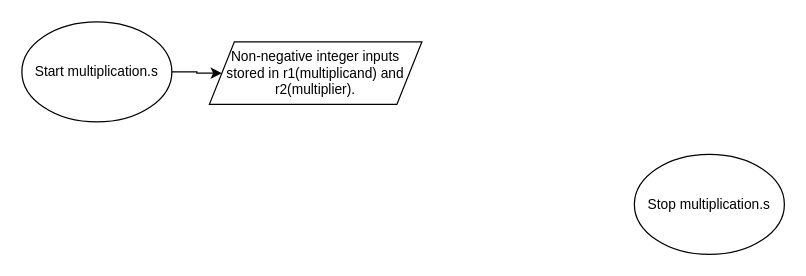
Above: ECE 255/ECE255multiplication.sFlowChart.drawio in amirabdullahi1/gold (draw.io), before the change. Source tidied: cells renumbered, new cells numbered last; positions are measured from the earlier drawing's top-left corner, leaving out a move shared by most shapes. Both pictures are drawn from the tidied source at 125%, with x=0, y=0 at pixel (21, 21).
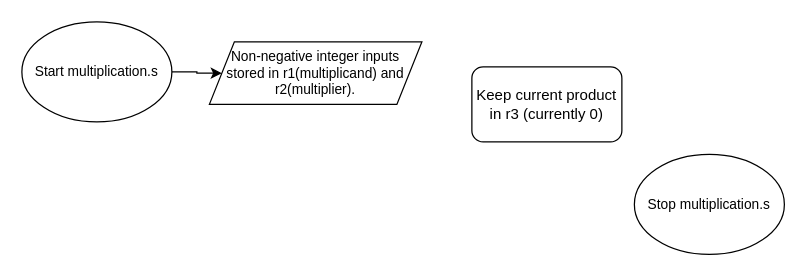
The same page after the edit.

The edit, as a diff of the source:
```diff
@@
 <mxGraphModel>
   <root>
     <mxCell id="0" />
     <mxCell id="1" parent="0" />
     <mxCell id="2" style="edgeStyle=orthogonalEdgeStyle;rounded=0;jettySize=auto;html=1;" parent="1" edge="1" source="3" target="5">
       <mxGeometry relative="1" as="geometry" />
     </mxCell>
     <mxCell id="3" value="Start multiplication.s" style="ellipse;whiteSpace=wrap;html=1;fontSize=11;" parent="1" vertex="1">
       <mxGeometry width="120" height="80" as="geometry" />
     </mxCell>
     <mxCell id="4" value="Stop multiplication.s" style="ellipse;whiteSpace=wrap;html=1;fontSize=11;" parent="1" vertex="1">
       <mxGeometry x="490" y="106" width="120" height="80" as="geometry" />
     </mxCell>
     <mxCell id="5" value="Non-negative integer inputs stored in r1(multiplicand) and r2(multiplier)." style="shape=parallelogram;perimeter=parallelogramPerimeter;whiteSpace=wrap;html=1;fixedSize=1;fontSize=11;" parent="1" vertex="1">
       <mxGeometry x="150" y="16" width="170" height="50" as="geometry" />
     </mxCell>
+    <mxCell id="6" value="Keep current product in r3 (currently 0)" style="rounded=1;whiteSpace=wrap;html=1;" parent="1" vertex="1">
+      <mxGeometry x="360" y="36" width="120" height="60" as="geometry" />
+    </mxCell>
   </root>
 </mxGraphModel>
```
